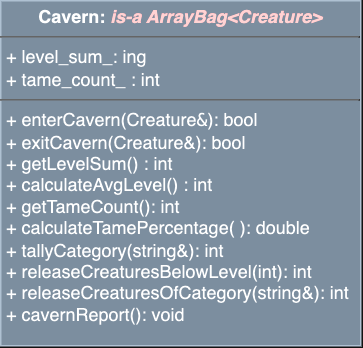
Earlier version of the draw.io export projects/project3/Cavern_UML.png (tligorio/tligorio.github.io). Source tidied: cells renumbered, new cells last; positions are measured from the earlier drawing's top-left corner, leaving out a move shared by most shapes.
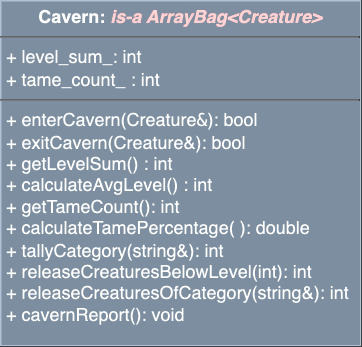
Later version of the same file.

What changed in the source:
```diff
@@ -2,7 +2,7 @@
   <root>
     <mxCell id="0" />
     <mxCell id="1" parent="0" />
-    <mxCell id="2" value="&lt;p style=&quot;margin:0px;margin-top:4px;text-align:center;&quot;&gt;&lt;b style=&quot;color: rgb(0, 0, 0);&quot;&gt;Cavern: &lt;/b&gt;&lt;i style=&quot;&quot;&gt;&lt;b style=&quot;&quot;&gt;&lt;font color=&quot;#660000&quot;&gt;is-a ArrayBag&amp;lt;Creature&amp;gt;&lt;/font&gt;&lt;/b&gt;&lt;/i&gt;&lt;/p&gt;&lt;hr size=&quot;1&quot;&gt;&lt;p style=&quot;margin:0px;margin-left:4px;&quot;&gt;&lt;span style=&quot;color: rgb(0, 0, 0); background-color: initial;&quot;&gt;+ level_sum_&lt;/span&gt;&lt;span style=&quot;color: rgb(0, 0, 0); background-color: initial;&quot;&gt;: ing&lt;/span&gt;&lt;/p&gt;&lt;p style=&quot;margin:0px;margin-left:4px;&quot;&gt;&lt;font color=&quot;#000000&quot;&gt;&lt;span style=&quot;background-color: initial;&quot;&gt;+ tame_count&lt;/span&gt;_&lt;span style=&quot;background-color: initial;&quot;&gt;&amp;nbsp;: int&lt;/span&gt;&lt;/font&gt;&lt;/p&gt;&lt;hr size=&quot;1&quot;&gt;&lt;p style=&quot;margin:0px;margin-left:4px;&quot;&gt;&lt;span style=&quot;background-color: initial; color: rgb(0, 0, 0);&quot;&gt;+ enterCavern&lt;/span&gt;&lt;span style=&quot;background-color: initial; color: rgb(0, 0, 0);&quot;&gt;(Creature&lt;/span&gt;&lt;span style=&quot;background-color: initial; color: rgb(0, 0, 0); font-family: Menlo, Monaco, &amp;quot;Courier New&amp;quot;, monospace;&quot;&gt;&amp;amp;&lt;/span&gt;&lt;span style=&quot;background-color: initial; color: rgb(0, 0, 0);&quot;&gt;): bool&lt;/span&gt;&lt;br&gt;&lt;/p&gt;&lt;p style=&quot;margin:0px;margin-left:4px;&quot;&gt;&lt;font color=&quot;#000000&quot;&gt;+ exitCavern&lt;span style=&quot;background-color: initial;&quot;&gt;(Creature&amp;amp;): bool&lt;/span&gt;&lt;/font&gt;&lt;/p&gt;&lt;p style=&quot;margin:0px;margin-left:4px;&quot;&gt;&lt;font color=&quot;#000000&quot;&gt;&lt;span style=&quot;background-color: initial;&quot;&gt;+ getLevelSum() : int&lt;/span&gt;&lt;/font&gt;&lt;/p&gt;&lt;p style=&quot;margin:0px;margin-left:4px;&quot;&gt;&lt;font color=&quot;#000000&quot;&gt;&lt;span style=&quot;background-color: initial;&quot;&gt;+ calculateAvgLevel() : int&lt;/span&gt;&lt;/font&gt;&lt;/p&gt;&lt;p style=&quot;margin:0px;margin-left:4px;&quot;&gt;&lt;font color=&quot;#000000&quot;&gt;+ getTameCount&lt;span style=&quot;background-color: initial;&quot;&gt;(): int&lt;/span&gt;&lt;/font&gt;&lt;/p&gt;&lt;p style=&quot;margin:0px;margin-left:4px;&quot;&gt;&lt;font color=&quot;#000000&quot;&gt;+ calculateTamePercentage&lt;span style=&quot;background-color: initial;&quot;&gt;( ): double&lt;/span&gt;&lt;/font&gt;&lt;/p&gt;&lt;p style=&quot;margin:0px;margin-left:4px;&quot;&gt;&lt;font color=&quot;#000000&quot;&gt;&lt;span style=&quot;background-color: initial;&quot;&gt;+ tallyCategory(string&amp;amp;): int&lt;/span&gt;&lt;/font&gt;&lt;/p&gt;&lt;p style=&quot;margin:0px;margin-left:4px;&quot;&gt;&lt;font color=&quot;#000000&quot;&gt;&lt;span style=&quot;background-color: initial;&quot;&gt;+ releaseCreaturesBelowLevel(int): int&lt;/span&gt;&lt;/font&gt;&lt;/p&gt;&lt;p style=&quot;margin:0px;margin-left:4px;&quot;&gt;&lt;font color=&quot;#000000&quot;&gt;&lt;span style=&quot;background-color: initial;&quot;&gt;+ releaseCreaturesOfCategory(string&amp;amp;): int&lt;/span&gt;&lt;/font&gt;&lt;/p&gt;&lt;p style=&quot;margin:0px;margin-left:4px;&quot;&gt;&lt;font color=&quot;#000000&quot;&gt;&lt;span style=&quot;background-color: initial;&quot;&gt;+ cavernReport(): void&lt;/span&gt;&lt;/font&gt;&lt;/p&gt;" style="verticalAlign=top;align=left;overflow=fill;fontSize=12;fontFamily=Helvetica;html=1;rounded=0;shadow=0;comic=0;labelBackgroundColor=none;strokeWidth=1;fillColor=#647687;strokeColor=#314354;fontColor=#ffffff;" parent="1" vertex="1">
+    <mxCell id="2" value="&lt;p style=&quot;margin:0px;margin-top:4px;text-align:center;&quot;&gt;&lt;b style=&quot;color: rgb(0, 0, 0);&quot;&gt;Cavern: &lt;/b&gt;&lt;i style=&quot;&quot;&gt;&lt;b style=&quot;&quot;&gt;&lt;font color=&quot;#660000&quot;&gt;is-a ArrayBag&amp;lt;Creature&amp;gt;&lt;/font&gt;&lt;/b&gt;&lt;/i&gt;&lt;/p&gt;&lt;hr size=&quot;1&quot;&gt;&lt;p style=&quot;margin:0px;margin-left:4px;&quot;&gt;&lt;span style=&quot;color: rgb(0, 0, 0); background-color: initial;&quot;&gt;+ level_sum_&lt;/span&gt;&lt;span style=&quot;color: rgb(0, 0, 0); background-color: initial;&quot;&gt;: int&lt;/span&gt;&lt;/p&gt;&lt;p style=&quot;margin:0px;margin-left:4px;&quot;&gt;&lt;font color=&quot;#000000&quot;&gt;&lt;span style=&quot;background-color: initial;&quot;&gt;+ tame_count&lt;/span&gt;_&lt;span style=&quot;background-color: initial;&quot;&gt;&amp;nbsp;: int&lt;/span&gt;&lt;/font&gt;&lt;/p&gt;&lt;hr size=&quot;1&quot;&gt;&lt;p style=&quot;margin:0px;margin-left:4px;&quot;&gt;&lt;span style=&quot;background-color: initial; color: rgb(0, 0, 0);&quot;&gt;+ enterCavern&lt;/span&gt;&lt;span style=&quot;background-color: initial; color: rgb(0, 0, 0);&quot;&gt;(Creature&lt;/span&gt;&lt;span style=&quot;background-color: initial; color: rgb(0, 0, 0); font-family: Menlo, Monaco, &amp;quot;Courier New&amp;quot;, monospace;&quot;&gt;&amp;amp;&lt;/span&gt;&lt;span style=&quot;background-color: initial; color: rgb(0, 0, 0);&quot;&gt;): bool&lt;/span&gt;&lt;br&gt;&lt;/p&gt;&lt;p style=&quot;margin:0px;margin-left:4px;&quot;&gt;&lt;font color=&quot;#000000&quot;&gt;+ exitCavern&lt;span style=&quot;background-color: initial;&quot;&gt;(Creature&amp;amp;): bool&lt;/span&gt;&lt;/font&gt;&lt;/p&gt;&lt;p style=&quot;margin:0px;margin-left:4px;&quot;&gt;&lt;font color=&quot;#000000&quot;&gt;&lt;span style=&quot;background-color: initial;&quot;&gt;+ getLevelSum() : int&lt;/span&gt;&lt;/font&gt;&lt;/p&gt;&lt;p style=&quot;margin:0px;margin-left:4px;&quot;&gt;&lt;font color=&quot;#000000&quot;&gt;&lt;span style=&quot;background-color: initial;&quot;&gt;+ calculateAvgLevel() : int&lt;/span&gt;&lt;/font&gt;&lt;/p&gt;&lt;p style=&quot;margin:0px;margin-left:4px;&quot;&gt;&lt;font color=&quot;#000000&quot;&gt;+ getTameCount&lt;span style=&quot;background-color: initial;&quot;&gt;(): int&lt;/span&gt;&lt;/font&gt;&lt;/p&gt;&lt;p style=&quot;margin:0px;margin-left:4px;&quot;&gt;&lt;font color=&quot;#000000&quot;&gt;+ calculateTamePercentage&lt;span style=&quot;background-color: initial;&quot;&gt;( ): double&lt;/span&gt;&lt;/font&gt;&lt;/p&gt;&lt;p style=&quot;margin:0px;margin-left:4px;&quot;&gt;&lt;font color=&quot;#000000&quot;&gt;&lt;span style=&quot;background-color: initial;&quot;&gt;+ tallyCategory(string&amp;amp;): int&lt;/span&gt;&lt;/font&gt;&lt;/p&gt;&lt;p style=&quot;margin:0px;margin-left:4px;&quot;&gt;&lt;font color=&quot;#000000&quot;&gt;&lt;span style=&quot;background-color: initial;&quot;&gt;+ releaseCreaturesBelowLevel(int): int&lt;/span&gt;&lt;/font&gt;&lt;/p&gt;&lt;p style=&quot;margin:0px;margin-left:4px;&quot;&gt;&lt;font color=&quot;#000000&quot;&gt;&lt;span style=&quot;background-color: initial;&quot;&gt;+ releaseCreaturesOfCategory(string&amp;amp;): int&lt;/span&gt;&lt;/font&gt;&lt;/p&gt;&lt;p style=&quot;margin:0px;margin-left:4px;&quot;&gt;&lt;font color=&quot;#000000&quot;&gt;&lt;span style=&quot;background-color: initial;&quot;&gt;+ cavernReport(): void&lt;/span&gt;&lt;/font&gt;&lt;/p&gt;" style="verticalAlign=top;align=left;overflow=fill;fontSize=12;fontFamily=Helvetica;html=1;rounded=0;shadow=0;comic=0;labelBackgroundColor=none;strokeWidth=1;fillColor=#647687;strokeColor=#314354;fontColor=#ffffff;" parent="1" vertex="1">
       <mxGeometry width="240" height="230" as="geometry" />
     </mxCell>
   </root>
```
